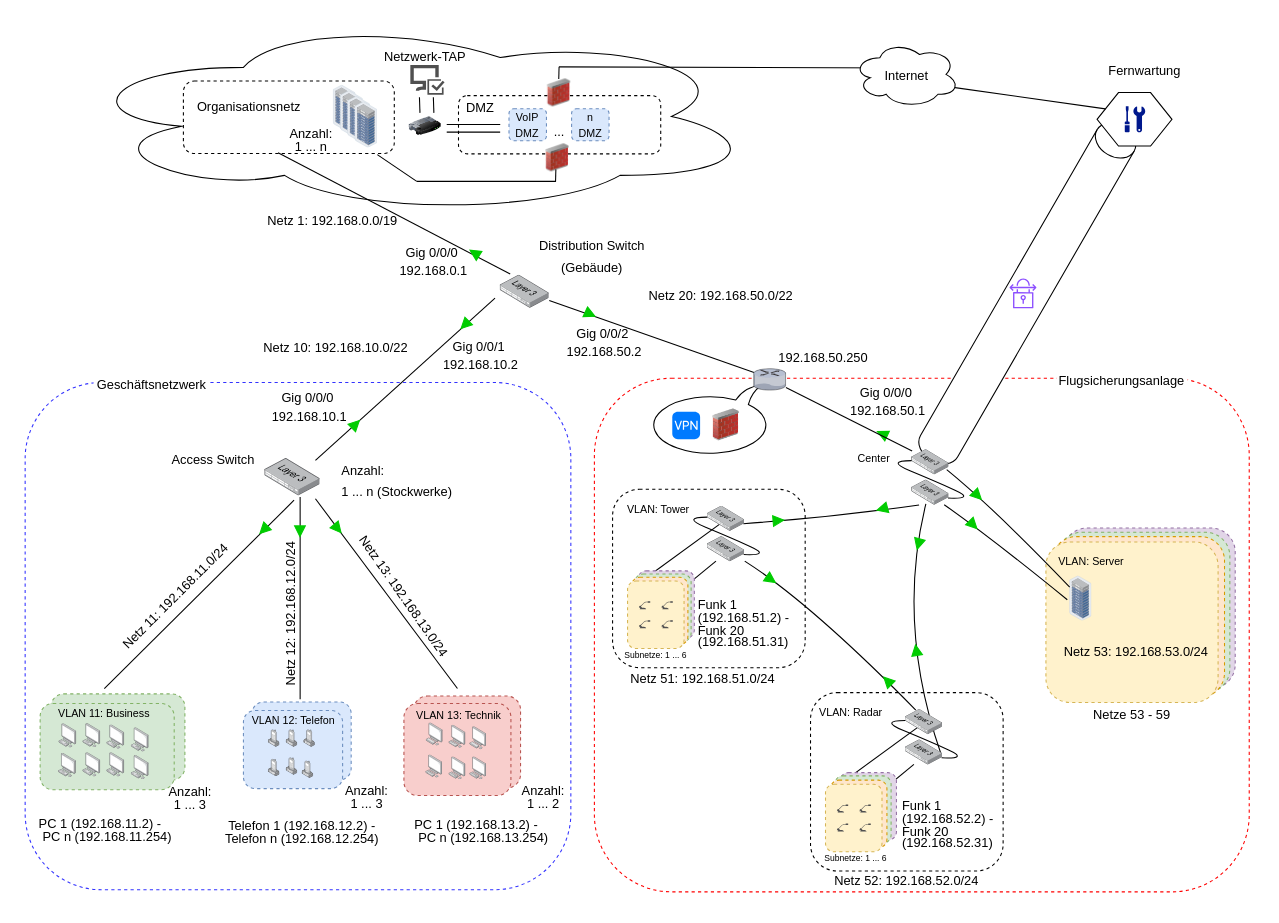
Earlier version of the draw.io diagram Logische Netzwerktopologie.drawio (meetSeb/Computer-Network). Source tidied: cells renumbered, new cells numbered last; positions are measured from the earlier drawing's top-left corner, leaving out a move shared by most shapes. Both pictures are drawn from the tidied source at 107%, with x=0, y=0 at pixel (18, 18).
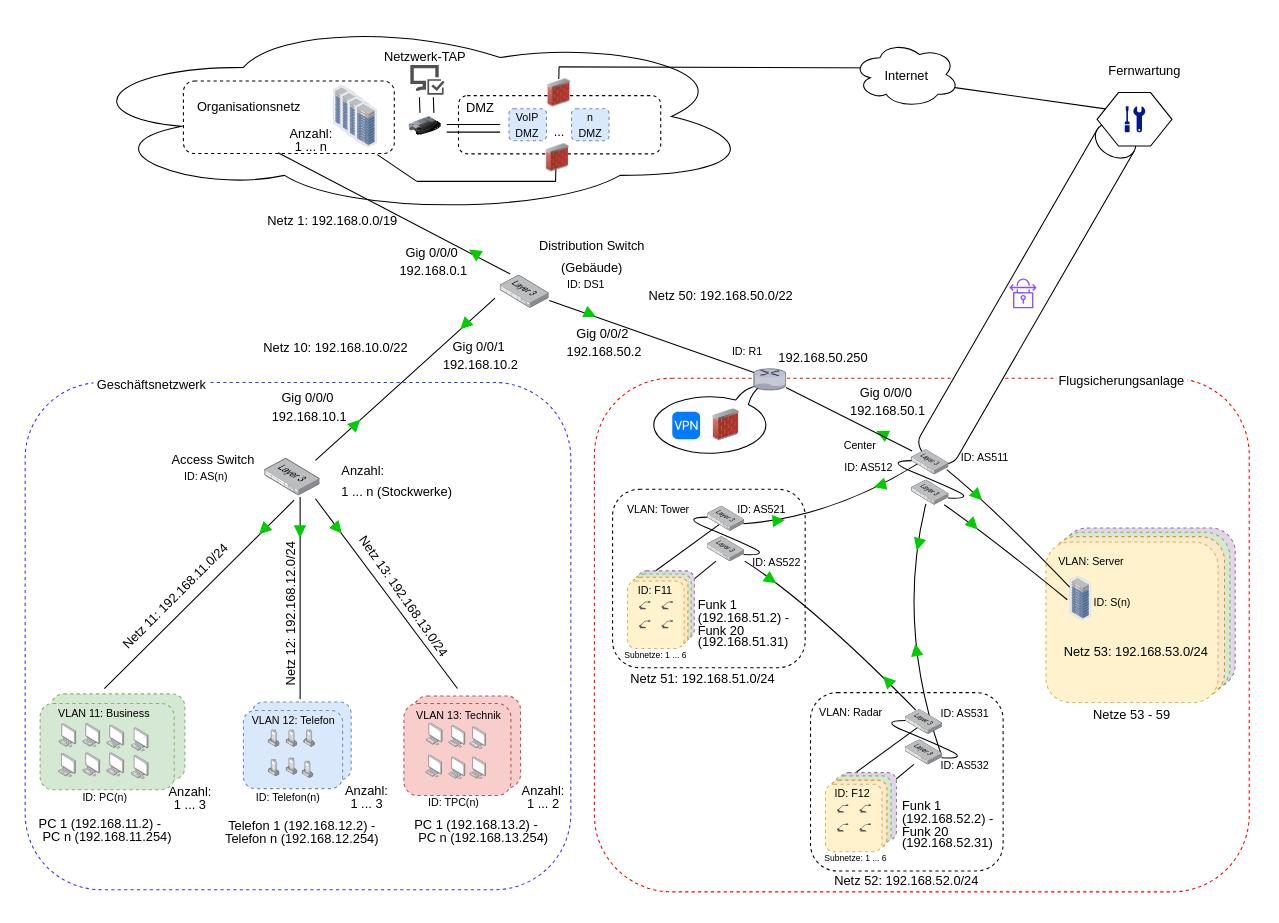
The same page after the edit.

Unchanged cells that the change refers to:
```xml
<mxCell id="58" style="group;" parent="1" vertex="1">
  <mxGeometry x="100" y="21" width="779" height="249.2" as="geometry" />
</mxCell>
<mxCell id="106" style="image;points=[];html=1;align=center;shadow=0;dashed=0;image=img/lib/allied_telesis/switch/Switch_52_port_L3.svg;" parent="105" vertex="1">
  <mxGeometry width="35" height="23.7" as="geometry" />
</mxCell>
<mxCell id="107" style="image;points=[];html=1;align=center;shadow=0;dashed=0;image=img/lib/allied_telesis/switch/Switch_52_port_L3.svg;" parent="105" vertex="1">
  <mxGeometry y="28.4" width="35" height="23.7" as="geometry" />
</mxCell>
<mxCell id="135" style="image;points=[];html=1;align=center;shadow=0;dashed=0;image=img/lib/allied_telesis/switch/Switch_52_port_L3.svg;" parent="134" vertex="1">
  <mxGeometry width="35" height="23.7" as="geometry" />
</mxCell>
<mxCell id="141" style="group;" parent="1" vertex="1">
  <mxGeometry x="740" y="626" width="225.8" height="170.5" as="geometry" />
</mxCell>
<mxCell id="148" style="group;" parent="141" vertex="1">
  <mxGeometry x="14" y="89.5" width="63.3" height="63.1" as="geometry" />
</mxCell>
<mxCell id="168" style="group;" parent="1" vertex="1">
  <mxGeometry x="960" y="476" width="176.9" height="186.1" as="geometry" />
</mxCell>
```

Change to the diagram source:
```diff
@@
-    <mxCell id="86" value="&lt;p style=&quot;line-height: 60%;&quot;&gt;&lt;font style=&quot;font-size: 12px;&quot;&gt;Netz 20: 192.168.50.0/22&lt;/font&gt;&lt;/p&gt;" style="text;strokeColor=none;fillColor=none;html=1;align=center;verticalAlign=middle;whiteSpace=wrap;rounded=0;fontSize=16;rotation=0;" parent="58" vertex="1">
+    <mxCell id="86" value="&lt;p style=&quot;line-height: 60%;&quot;&gt;&lt;font style=&quot;font-size: 12px;&quot;&gt;Netz 50: 192.168.50.0/22&lt;/font&gt;&lt;/p&gt;" style="text;strokeColor=none;fillColor=none;html=1;align=center;verticalAlign=middle;whiteSpace=wrap;rounded=0;fontSize=16;rotation=0;" parent="58" vertex="1">
       <mxGeometry x="480" y="225.1" width="153.3" height="24.1" as="geometry" />
     </mxCell>
@@
+    <mxCell id="199" value="&lt;div style=&quot;font-size: 10px;&quot;&gt;&lt;div&gt;&lt;span style=&quot;&quot;&gt;ID: DS1&lt;/span&gt;&lt;/div&gt;&lt;/div&gt;" style="text;strokeColor=none;fillColor=none;html=1;align=left;verticalAlign=top;whiteSpace=wrap;rounded=0;fontSize=16;" parent="58" vertex="1">
+      <mxGeometry x="411.1" y="215" width="50" height="30" as="geometry" />
+    </mxCell>
@@
     <mxCell id="104" style="group;" parent="1" vertex="1">
-      <mxGeometry x="810" y="402.7" width="84.1" height="53.3" as="geometry" />
+      <mxGeometry x="810" y="402.7" width="109.6" height="53.3" as="geometry" />
     </mxCell>
@@
+    <mxCell id="200" value="&lt;div style=&quot;font-size: 10px;&quot;&gt;&lt;div&gt;&lt;span style=&quot;&quot;&gt;ID: AS512&lt;/span&gt;&lt;/div&gt;&lt;/div&gt;" style="text;strokeColor=none;fillColor=none;html=1;align=left;verticalAlign=top;whiteSpace=wrap;rounded=0;fontSize=16;" parent="104" vertex="1">
+      <mxGeometry x="-40.4" y="4.3" width="50" height="30" as="geometry" />
+    </mxCell>
+    <mxCell id="201" value="&lt;div style=&quot;font-size: 10px;&quot;&gt;&lt;div&gt;&lt;span style=&quot;&quot;&gt;ID: AS511&lt;/span&gt;&lt;/div&gt;&lt;/div&gt;" style="text;strokeColor=none;fillColor=none;html=1;align=left;verticalAlign=top;whiteSpace=wrap;rounded=0;fontSize=16;" parent="104" vertex="1">
+      <mxGeometry x="68.6" y="-4.7" width="50" height="30" as="geometry" />
+    </mxCell>
@@
-    <mxCell id="111" style="endArrow=none;html=1;rounded=0;fontSize=12;startSize=8;endSize=8;curved=1;entryX=0.963;entryY=0.695;entryDx=0;entryDy=0;exitX=0.199;exitY=0.984;exitDx=0;exitDy=0;exitPerimeter=0;entryPerimeter=0;" parent="1" edge="1" source="107" target="135">
+    <mxCell id="111" style="endArrow=none;html=1;rounded=0;fontSize=12;startSize=8;endSize=8;curved=1;entryX=0.963;entryY=0.695;entryDx=0;entryDy=0;exitX=0.156;exitY=0.563;exitDx=0;exitDy=0;exitPerimeter=0;entryPerimeter=0;" parent="1" edge="1" source="106" target="135">
       <mxGeometry relative="1" as="geometry">
         <Array as="points">
           <mxPoint x="760" y="466" />
         </Array>
       </mxGeometry>
     </mxCell>
     <mxCell id="112" value="&lt;font style=&quot;font-size: 10px;&quot;&gt;Center&lt;/font&gt;" style="text;strokeColor=none;fillColor=none;html=1;align=center;verticalAlign=middle;whiteSpace=wrap;rounded=0;fontSize=16;" parent="1" vertex="1">
-      <mxGeometry x="771.3" y="390.4" width="56.6" height="37.9" as="geometry" />
+      <mxGeometry x="758.3" y="378.4" width="56.6" height="37.9" as="geometry" />
     </mxCell>
@@
     <mxCell id="127" style="group;" parent="1" vertex="1">
-      <mxGeometry x="569" y="525.5" width="52.8" height="63.1" as="geometry" />
+      <mxGeometry x="569" y="525.5" width="60.6" height="63.1" as="geometry" />
     </mxCell>
@@
+    <mxCell id="202" value="&lt;div style=&quot;font-size: 10px;&quot;&gt;&lt;div&gt;&lt;span style=&quot;&quot;&gt;ID: F11&lt;/span&gt;&lt;/div&gt;&lt;/div&gt;" style="text;strokeColor=none;fillColor=none;html=1;align=left;verticalAlign=top;whiteSpace=wrap;rounded=0;fontSize=16;" parent="127" vertex="1">
+      <mxGeometry x="7.6" y="-4" width="50" height="30" as="geometry" />
+    </mxCell>
     <mxCell id="133" style="group;" parent="1" vertex="1">
-      <mxGeometry x="619" y="455.5" width="84.1" height="53.3" as="geometry" />
+      <mxGeometry x="619" y="455.5" width="111" height="70.5" as="geometry" />
     </mxCell>
@@
+    <mxCell id="203" value="&lt;div style=&quot;font-size: 10px;&quot;&gt;&lt;div&gt;&lt;span style=&quot;&quot;&gt;ID: AS521&lt;/span&gt;&lt;/div&gt;&lt;/div&gt;" style="text;strokeColor=none;fillColor=none;html=1;align=left;verticalAlign=top;whiteSpace=wrap;rounded=0;fontSize=16;" parent="133" vertex="1">
+      <mxGeometry x="51" y="-9.5" width="50" height="30" as="geometry" />
+    </mxCell>
+    <mxCell id="204" value="&lt;div style=&quot;font-size: 10px;&quot;&gt;&lt;div&gt;&lt;span style=&quot;&quot;&gt;ID: AS522&lt;/span&gt;&lt;/div&gt;&lt;/div&gt;" style="text;strokeColor=none;fillColor=none;html=1;align=left;verticalAlign=top;whiteSpace=wrap;rounded=0;fontSize=16;" parent="133" vertex="1">
+      <mxGeometry x="65" y="40.5" width="50" height="30" as="geometry" />
+    </mxCell>
@@
+    <mxCell id="205" value="&lt;div style=&quot;font-size: 10px;&quot;&gt;&lt;div&gt;&lt;span style=&quot;&quot;&gt;ID: F12&lt;/span&gt;&lt;/div&gt;&lt;/div&gt;" style="text;strokeColor=none;fillColor=none;html=1;align=left;verticalAlign=top;whiteSpace=wrap;rounded=0;fontSize=16;" parent="148" vertex="1">
+      <mxGeometry x="6.6" y="-3.9" width="50" height="30" as="geometry" />
+    </mxCell>
@@
+    <mxCell id="206" value="&lt;div style=&quot;font-size: 10px;&quot;&gt;&lt;div&gt;&lt;span style=&quot;&quot;&gt;ID: AS531&lt;/span&gt;&lt;/div&gt;&lt;/div&gt;" style="text;strokeColor=none;fillColor=none;html=1;align=left;verticalAlign=top;whiteSpace=wrap;rounded=0;fontSize=16;" parent="141" vertex="1">
+      <mxGeometry x="120" y="10.6" width="50" height="30" as="geometry" />
+    </mxCell>
+    <mxCell id="207" value="&lt;div style=&quot;font-size: 10px;&quot;&gt;&lt;div&gt;&lt;span style=&quot;&quot;&gt;ID: AS532&lt;/span&gt;&lt;/div&gt;&lt;/div&gt;" style="text;strokeColor=none;fillColor=none;html=1;align=left;verticalAlign=top;whiteSpace=wrap;rounded=0;fontSize=16;" parent="141" vertex="1">
+      <mxGeometry x="120" y="59.5" width="50" height="30" as="geometry" />
+    </mxCell>
@@
+    <mxCell id="208" value="&lt;div style=&quot;font-size: 10px;&quot;&gt;&lt;div&gt;&lt;span style=&quot;&quot;&gt;ID: S(n)&lt;/span&gt;&lt;/div&gt;&lt;/div&gt;" style="text;strokeColor=none;fillColor=none;html=1;align=left;verticalAlign=top;whiteSpace=wrap;rounded=0;fontSize=16;" parent="168" vertex="1">
+      <mxGeometry x="43" y="57.4" width="95.8" height="45.1" as="geometry" />
+    </mxCell>
@@
     <mxCell id="183" style="triangle;whiteSpace=wrap;html=1;rotation=-195;fillColor=#00CC00;strokeColor=#00CC00;" parent="1" vertex="1">
-      <mxGeometry x="802" y="453" width="10" height="10" as="geometry" />
+      <mxGeometry x="800" y="431" width="10" height="10" as="geometry" />
     </mxCell>
@@
+    <mxCell id="209" value="&lt;div style=&quot;font-size: 10px;&quot;&gt;&lt;div&gt;&lt;span style=&quot;&quot;&gt;ID: AS(n)&lt;/span&gt;&lt;/div&gt;&lt;/div&gt;" style="text;strokeColor=none;fillColor=none;html=1;align=left;verticalAlign=top;whiteSpace=wrap;rounded=0;fontSize=16;" parent="1" vertex="1">
+      <mxGeometry x="153" y="416" width="50" height="30" as="geometry" />
+    </mxCell>
+    <mxCell id="210" value="&lt;div style=&quot;font-size: 10px;&quot;&gt;&lt;div&gt;&lt;span style=&quot;&quot;&gt;ID: R1&lt;/span&gt;&lt;/div&gt;&lt;/div&gt;" style="text;strokeColor=none;fillColor=none;html=1;align=left;verticalAlign=top;whiteSpace=wrap;rounded=0;fontSize=16;" parent="1" vertex="1">
+      <mxGeometry x="664.7" y="298.9" width="50" height="30" as="geometry" />
+    </mxCell>
+    <mxCell id="211" value="&lt;div style=&quot;font-size: 10px;&quot;&gt;&lt;div&gt;&lt;span style=&quot;&quot;&gt;ID: TPC(n)&lt;/span&gt;&lt;/div&gt;&lt;/div&gt;" style="text;strokeColor=none;fillColor=none;html=1;align=left;verticalAlign=top;whiteSpace=wrap;rounded=0;fontSize=16;" parent="1" vertex="1">
+      <mxGeometry x="381" y="719.5" width="50" height="30" as="geometry" />
+    </mxCell>
+    <mxCell id="212" value="&lt;div style=&quot;font-size: 10px;&quot;&gt;&lt;div&gt;&lt;span style=&quot;&quot;&gt;ID: PC(n)&lt;/span&gt;&lt;/div&gt;&lt;/div&gt;" style="text;strokeColor=none;fillColor=none;html=1;align=left;verticalAlign=top;whiteSpace=wrap;rounded=0;fontSize=16;" parent="1" vertex="1">
+      <mxGeometry x="58.4" y="715.5" width="50" height="30" as="geometry" />
+    </mxCell>
+    <mxCell id="213" value="&lt;div style=&quot;font-size: 10px;&quot;&gt;&lt;div&gt;&lt;span style=&quot;&quot;&gt;ID: Telefon(n)&lt;/span&gt;&lt;/div&gt;&lt;/div&gt;" style="text;strokeColor=none;fillColor=none;html=1;align=left;verticalAlign=top;whiteSpace=wrap;rounded=0;fontSize=16;" parent="1" vertex="1">
+      <mxGeometry x="220" y="715.5" width="66" height="30" as="geometry" />
+    </mxCell>
```
